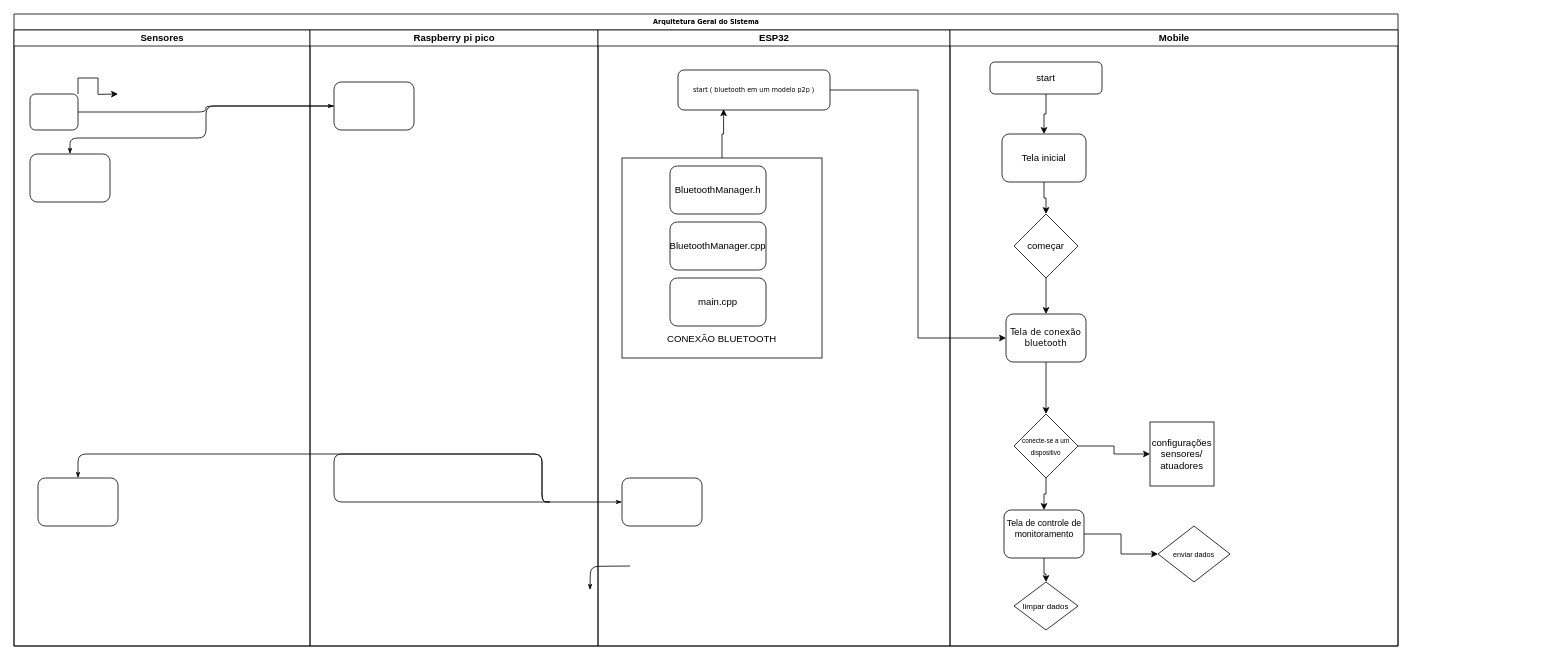
The draw.io diagram Documentation/swimlane.drawio in felipeft/BragasJr, before the edit. Source tidied: cells renumbered, new cells numbered last; positions are measured from the earlier drawing's top-left corner, leaving out a move shared by most shapes. Both pictures are drawn from the tidied source at 80%, with x=0, y=0 at pixel (14, 14).
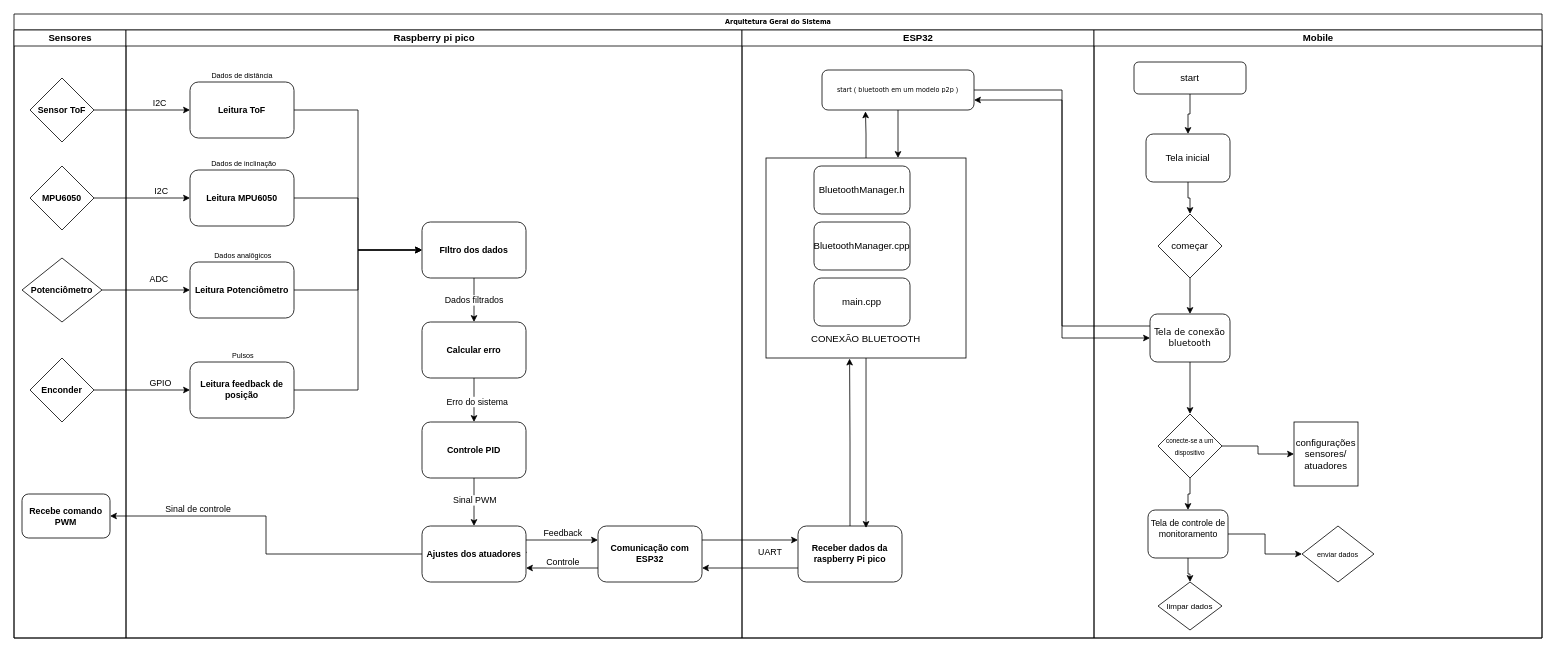
The same diagram, later.

The change refers to these unchanged cells:
```xml
<mxCell id="16" value="start ( bluetooth em um modelo p2p )" style="rounded=1;whiteSpace=wrap;html=1;shadow=0;labelBackgroundColor=none;strokeWidth=1;fontFamily=Verdana;fontSize=8;align=center;" parent="15" vertex="1">
  <mxGeometry x="100" y="50" width="190" height="50" as="geometry" />
</mxCell>
<mxCell id="18" value="&lt;div&gt;&lt;br&gt;&lt;/div&gt;&lt;div&gt;&lt;br&gt;&lt;/div&gt;&lt;div&gt;&lt;br&gt;&lt;/div&gt;&lt;div&gt;&lt;br&gt;&lt;/div&gt;&lt;div&gt;&lt;br&gt;&lt;/div&gt;&lt;div&gt;&lt;br&gt;&lt;/div&gt;&lt;div&gt;&lt;br&gt;&lt;/div&gt;&lt;div&gt;&lt;br&gt;&lt;/div&gt;&lt;div&gt;&lt;br&gt;&lt;/div&gt;&lt;div&gt;&lt;br&gt;&lt;/div&gt;&lt;div&gt;&lt;br&gt;&lt;/div&gt;&lt;div&gt;&lt;br&gt;&lt;/div&gt;&lt;div&gt;&lt;br&gt;&lt;/div&gt;&lt;div&gt;&lt;br&gt;&lt;/div&gt;&lt;div&gt;CONEXÃO BLUETOOTH&lt;/div&gt;" style="whiteSpace=wrap;html=1;" parent="15" vertex="1">
  <mxGeometry x="30" y="160" width="250" height="250" as="geometry" />
</mxCell>
<mxCell id="25" value="Tela de conexão bluetooth" style="rounded=1;whiteSpace=wrap;html=1;shadow=0;labelBackgroundColor=none;strokeWidth=1;fontFamily=Verdana;fontSize=11;align=center;" parent="23" vertex="1">
  <mxGeometry x="70" y="355" width="100" height="60" as="geometry" />
</mxCell>
```

Change to the diagram source:
```diff
@@
     <mxCell id="2" value="Arquitetura Geral do Sistema" style="swimlane;html=1;startSize=20;rounded=0;shadow=0;labelBackgroundColor=none;strokeWidth=1;fontFamily=Verdana;fontSize=8;align=center;" parent="1" vertex="1">
-      <mxGeometry width="1730" height="790" as="geometry" />
+      <mxGeometry width="1910" height="780" as="geometry" />
     </mxCell>
     <mxCell id="3" value="Sensores" style="swimlane;html=1;startSize=20;" parent="2" vertex="1">
-      <mxGeometry y="20" width="370" height="770" as="geometry" />
+      <mxGeometry y="20" width="140" height="760" as="geometry" />
     </mxCell>
-    <mxCell id="4" style="edgeStyle=orthogonalEdgeStyle;rounded=0;jettySize=auto;html=1;exitX=1;exitY=0;exitDx=0;exitDy=0;" parent="3" edge="1" source="5">
-      <mxGeometry relative="1" as="geometry">
-        <mxPoint x="130" y="80" as="targetPoint" />
-      </mxGeometry>
-    </mxCell>
-    <mxCell id="5" style="rounded=1;whiteSpace=wrap;html=1;shadow=0;labelBackgroundColor=none;strokeWidth=1;fontFamily=Verdana;fontSize=8;align=center;" parent="3" vertex="1">
-      <mxGeometry x="20" y="80" width="60" height="45" as="geometry" />
-    </mxCell>
-    <mxCell id="6" style="rounded=1;whiteSpace=wrap;html=1;shadow=0;labelBackgroundColor=none;strokeWidth=1;fontFamily=Verdana;fontSize=8;align=center;" parent="3" vertex="1">
-      <mxGeometry x="20" y="155" width="100" height="60" as="geometry" />
-    </mxCell>
-    <mxCell id="7" style="rounded=1;whiteSpace=wrap;html=1;shadow=0;labelBackgroundColor=none;strokeWidth=1;fontFamily=Verdana;fontSize=8;align=center;" parent="3" vertex="1">
-      <mxGeometry x="30" y="560" width="100" height="60" as="geometry" />
-    </mxCell>
-    <mxCell id="8" style="edgeStyle=orthogonalEdgeStyle;rounded=1;html=1;labelBackgroundColor=none;startArrow=none;startFill=0;startSize=5;endArrow=classicThin;endFill=1;endSize=5;jettySize=auto;strokeWidth=1;fontFamily=Verdana;fontSize=8;" parent="2" edge="1" source="5" target="14">
-      <mxGeometry relative="1" as="geometry" />
-    </mxCell>
-    <mxCell id="9" style="edgeStyle=orthogonalEdgeStyle;rounded=1;html=1;labelBackgroundColor=none;startArrow=none;startFill=0;startSize=5;endArrow=classicThin;endFill=1;endSize=5;jettySize=auto;strokeWidth=1;fontFamily=Verdana;fontSize=8;" parent="2" edge="1" source="14" target="6">
-      <mxGeometry relative="1" as="geometry">
-        <Array as="points">
-          <mxPoint x="240" y="155" />
-          <mxPoint x="70" y="155" />
-        </Array>
-      </mxGeometry>
-    </mxCell>
-    <mxCell id="10" style="edgeStyle=orthogonalEdgeStyle;rounded=1;html=1;labelBackgroundColor=none;startArrow=none;startFill=0;startSize=5;endArrow=classicThin;endFill=1;endSize=5;jettySize=auto;orthogonalLoop=1;strokeWidth=1;fontFamily=Verdana;fontSize=8;" parent="2" edge="1">
-      <mxGeometry relative="1" as="geometry">
-        <mxPoint x="770" y="690" as="sourcePoint" />
-        <mxPoint x="720" y="720" as="targetPoint" />
-      </mxGeometry>
-    </mxCell>
-    <mxCell id="11" style="edgeStyle=orthogonalEdgeStyle;rounded=1;html=1;labelBackgroundColor=none;startArrow=none;startFill=0;startSize=5;endArrow=classicThin;endFill=1;endSize=5;jettySize=auto;strokeWidth=1;fontFamily=Verdana;fontSize=8;" parent="2" edge="1" target="17">
-      <mxGeometry relative="1" as="geometry">
-        <mxPoint x="670" y="610" as="sourcePoint" />
-        <Array as="points">
-          <mxPoint x="660" y="610" />
-          <mxPoint x="660" y="550" />
-          <mxPoint x="400" y="550" />
-        </Array>
-      </mxGeometry>
-    </mxCell>
-    <mxCell id="12" style="edgeStyle=orthogonalEdgeStyle;rounded=1;html=1;labelBackgroundColor=none;startArrow=none;startFill=0;startSize=5;endArrow=classicThin;endFill=1;endSize=5;jettySize=auto;strokeWidth=1;fontFamily=Verdana;fontSize=8;" parent="2" edge="1" target="7">
-      <mxGeometry relative="1" as="geometry">
-        <mxPoint x="670" y="610" as="sourcePoint" />
-        <Array as="points">
-          <mxPoint x="660" y="610" />
-          <mxPoint x="660" y="550" />
-          <mxPoint x="80" y="550" />
-        </Array>
-      </mxGeometry>
-    </mxCell>
+    <mxCell id="42" style="edgeStyle=orthogonalEdgeStyle;rounded=0;jettySize=auto;html=1;entryX=0.5;entryY=0;entryDx=0;entryDy=0;" parent="3" edge="1" source="44" target="47">
+      <mxGeometry relative="1" as="geometry" />
+    </mxCell>
+    <mxCell id="43" value="Dados filtrados" style="edgeLabel;html=1;align=center;verticalAlign=middle;" parent="42" vertex="1">
+      <mxGeometry x="-0.02" y="-1" relative="1" as="geometry" />
+    </mxCell>
+    <mxCell id="44" value="&lt;b&gt;&lt;font face=&quot;Helvetica&quot; style=&quot;font-size: 11px;&quot;&gt;FIltro dos dados&lt;/font&gt;&lt;/b&gt;" style="rounded=1;whiteSpace=wrap;html=1;shadow=0;labelBackgroundColor=none;strokeWidth=1;fontFamily=Verdana;fontSize=8;align=center;" parent="3" vertex="1">
+      <mxGeometry x="510" y="240" width="130" height="70" as="geometry" />
+    </mxCell>
+    <mxCell id="45" style="edgeStyle=orthogonalEdgeStyle;rounded=0;jettySize=auto;html=1;entryX=0.5;entryY=0;entryDx=0;entryDy=0;" parent="3" edge="1" source="47" target="50">
+      <mxGeometry relative="1" as="geometry" />
+    </mxCell>
+    <mxCell id="46" value="Erro do sistema" style="edgeLabel;html=1;align=center;verticalAlign=middle;" parent="45" vertex="1">
+      <mxGeometry x="0.04" y="3" relative="1" as="geometry" />
+    </mxCell>
+    <mxCell id="47" value="&lt;b&gt;&lt;font face=&quot;Helvetica&quot; style=&quot;font-size: 11px;&quot;&gt;Calcular erro&lt;/font&gt;&lt;/b&gt;" style="rounded=1;whiteSpace=wrap;html=1;shadow=0;labelBackgroundColor=none;strokeWidth=1;fontFamily=Verdana;fontSize=8;align=center;" parent="3" vertex="1">
+      <mxGeometry x="510" y="365" width="130" height="70" as="geometry" />
+    </mxCell>
+    <mxCell id="48" style="edgeStyle=orthogonalEdgeStyle;rounded=0;jettySize=auto;html=1;" parent="3" edge="1" source="50" target="54">
+      <mxGeometry relative="1" as="geometry" />
+    </mxCell>
+    <mxCell id="49" value="Sinal PWM" style="edgeLabel;html=1;align=center;verticalAlign=middle;" parent="48" vertex="1">
+      <mxGeometry x="-0.09" relative="1" as="geometry" />
+    </mxCell>
+    <mxCell id="50" value="&lt;b&gt;&lt;font face=&quot;Helvetica&quot; style=&quot;font-size: 11px;&quot;&gt;Controle PID&lt;/font&gt;&lt;/b&gt;" style="rounded=1;whiteSpace=wrap;html=1;shadow=0;labelBackgroundColor=none;strokeWidth=1;fontFamily=Verdana;fontSize=8;align=center;" parent="3" vertex="1">
+      <mxGeometry x="510" y="490" width="130" height="70" as="geometry" />
+    </mxCell>
+    <mxCell id="51" style="edgeStyle=orthogonalEdgeStyle;rounded=0;orthogonalLoop=1;jettySize=auto;html=1;exitX=1;exitY=0.5;exitDx=0;exitDy=0;entryX=0.975;entryY=0.581;entryDx=0;entryDy=0;entryPerimeter=0;" parent="3" edge="1" source="54" target="54">
+      <mxGeometry relative="1" as="geometry" />
+    </mxCell>
+    <mxCell id="52" style="edgeStyle=orthogonalEdgeStyle;rounded=0;jettySize=auto;html=1;exitX=1;exitY=0.25;exitDx=0;exitDy=0;entryX=0;entryY=0.25;entryDx=0;entryDy=0;" parent="3" edge="1" source="54" target="57">
+      <mxGeometry relative="1" as="geometry" />
+    </mxCell>
+    <mxCell id="53" value="Feedback" style="edgeLabel;html=1;align=center;verticalAlign=middle;" parent="52" vertex="1">
+      <mxGeometry x="0.06" y="2" relative="1" as="geometry">
+        <mxPoint x="-3" y="-7" as="offset" />
+      </mxGeometry>
+    </mxCell>
+    <mxCell id="54" value="&lt;b&gt;&lt;font face=&quot;Helvetica&quot; style=&quot;font-size: 11px;&quot;&gt;Ajustes dos atuadores&lt;/font&gt;&lt;/b&gt;" style="rounded=1;whiteSpace=wrap;html=1;shadow=0;labelBackgroundColor=none;strokeWidth=1;fontFamily=Verdana;fontSize=8;align=center;" parent="3" vertex="1">
+      <mxGeometry x="510" y="620" width="130" height="70" as="geometry" />
+    </mxCell>
+    <mxCell id="55" style="edgeStyle=orthogonalEdgeStyle;rounded=0;jettySize=auto;html=1;exitX=0;exitY=0.75;exitDx=0;exitDy=0;entryX=1;entryY=0.75;entryDx=0;entryDy=0;" parent="3" edge="1" source="57" target="54">
+      <mxGeometry relative="1" as="geometry" />
+    </mxCell>
+    <mxCell id="56" value="Controle" style="edgeLabel;html=1;align=center;verticalAlign=middle;" parent="55" vertex="1">
+      <mxGeometry x="0.04" y="3" relative="1" as="geometry">
+        <mxPoint x="2" y="-11" as="offset" />
+      </mxGeometry>
+    </mxCell>
+    <mxCell id="57" value="&lt;b&gt;&lt;font face=&quot;Helvetica&quot; style=&quot;font-size: 11px;&quot;&gt;Comunicação com ESP32&lt;/font&gt;&lt;/b&gt;" style="rounded=1;whiteSpace=wrap;html=1;shadow=0;labelBackgroundColor=none;strokeWidth=1;fontFamily=Verdana;fontSize=8;align=center;" parent="3" vertex="1">
+      <mxGeometry x="730" y="620" width="130" height="70" as="geometry" />
+    </mxCell>
+    <mxCell id="58" value="&lt;b style=&quot;font-family: Verdana; font-size: 8px;&quot;&gt;&lt;font style=&quot;font-size: 11px;&quot; face=&quot;Helvetica&quot;&gt;Sensor ToF&lt;/font&gt;&lt;/b&gt;" style="rhombus;whiteSpace=wrap;html=1;" parent="3" vertex="1">
+      <mxGeometry x="20" y="60" width="80" height="80" as="geometry" />
+    </mxCell>
+    <mxCell id="59" value="&lt;b style=&quot;font-family: Verdana; font-size: 8px;&quot;&gt;&lt;font style=&quot;font-size: 11px;&quot; face=&quot;Helvetica&quot;&gt;MPU6050&lt;/font&gt;&lt;/b&gt;" style="rhombus;whiteSpace=wrap;html=1;" parent="3" vertex="1">
+      <mxGeometry x="20" y="170" width="80" height="80" as="geometry" />
+    </mxCell>
+    <mxCell id="60" value="&lt;b style=&quot;font-family: Verdana; font-size: 8px;&quot;&gt;&lt;font style=&quot;font-size: 11px;&quot; face=&quot;Helvetica&quot;&gt;Potenciômetro&lt;/font&gt;&lt;/b&gt;" style="rhombus;whiteSpace=wrap;html=1;" parent="3" vertex="1">
+      <mxGeometry x="10" y="285" width="100" height="80" as="geometry" />
+    </mxCell>
+    <mxCell id="61" value="&lt;span style=&quot;font-size: 11px;&quot;&gt;&lt;b&gt;Enconder&lt;/b&gt;&lt;/span&gt;" style="rhombus;whiteSpace=wrap;html=1;" parent="3" vertex="1">
+      <mxGeometry x="20" y="410" width="80" height="80" as="geometry" />
+    </mxCell>
+    <mxCell id="62" style="edgeStyle=orthogonalEdgeStyle;rounded=0;jettySize=auto;html=1;entryX=0;entryY=0.5;entryDx=0;entryDy=0;" parent="3" edge="1" source="64" target="44">
+      <mxGeometry relative="1" as="geometry" />
+    </mxCell>
+    <mxCell id="63" value="&lt;font style=&quot;font-size: 9px;&quot;&gt;Dados de distância&lt;/font&gt;" style="edgeLabel;html=1;align=center;verticalAlign=middle;" parent="62" vertex="1">
+      <mxGeometry x="-0.65" y="-1" relative="1" as="geometry">
+        <mxPoint x="-125" y="-46" as="offset" />
+      </mxGeometry>
+    </mxCell>
+    <mxCell id="64" value="&lt;b&gt;&lt;font face=&quot;Helvetica&quot; style=&quot;font-size: 11px;&quot;&gt;Leitura ToF&lt;/font&gt;&lt;/b&gt;" style="rounded=1;whiteSpace=wrap;html=1;shadow=0;labelBackgroundColor=none;strokeWidth=1;fontFamily=Verdana;fontSize=8;align=center;" parent="3" vertex="1">
+      <mxGeometry x="220" y="65" width="130" height="70" as="geometry" />
+    </mxCell>
+    <mxCell id="65" style="edgeStyle=orthogonalEdgeStyle;rounded=0;jettySize=auto;html=1;exitX=1;exitY=0.5;exitDx=0;exitDy=0;entryX=0;entryY=0.5;entryDx=0;entryDy=0;" parent="3" edge="1" source="66" target="44">
+      <mxGeometry relative="1" as="geometry" />
+    </mxCell>
+    <mxCell id="66" value="&lt;b&gt;&lt;font face=&quot;Helvetica&quot; style=&quot;font-size: 11px;&quot;&gt;Leitura MPU6050&lt;/font&gt;&lt;/b&gt;" style="rounded=1;whiteSpace=wrap;html=1;shadow=0;labelBackgroundColor=none;strokeWidth=1;fontFamily=Verdana;fontSize=8;align=center;" parent="3" vertex="1">
+      <mxGeometry x="220" y="175" width="130" height="70" as="geometry" />
+    </mxCell>
+    <mxCell id="67" style="edgeStyle=orthogonalEdgeStyle;rounded=0;jettySize=auto;html=1;entryX=0;entryY=0.5;entryDx=0;entryDy=0;" parent="3" edge="1" source="68" target="44">
+      <mxGeometry relative="1" as="geometry" />
+    </mxCell>
+    <mxCell id="68" value="&lt;b&gt;&lt;font face=&quot;Helvetica&quot; style=&quot;font-size: 11px;&quot;&gt;Leitura Potenciômetro&lt;/font&gt;&lt;/b&gt;" style="rounded=1;whiteSpace=wrap;html=1;shadow=0;labelBackgroundColor=none;strokeWidth=1;fontFamily=Verdana;fontSize=8;align=center;" parent="3" vertex="1">
+      <mxGeometry x="220" y="290" width="130" height="70" as="geometry" />
+    </mxCell>
+    <mxCell id="69" style="edgeStyle=orthogonalEdgeStyle;rounded=0;jettySize=auto;html=1;entryX=0;entryY=0.5;entryDx=0;entryDy=0;" parent="3" edge="1" source="70" target="44">
+      <mxGeometry relative="1" as="geometry" />
+    </mxCell>
+    <mxCell id="70" value="&lt;font face=&quot;Helvetica&quot;&gt;&lt;span style=&quot;font-size: 11px;&quot;&gt;&lt;b&gt;Leitura feedback de posição&lt;/b&gt;&lt;/span&gt;&lt;/font&gt;" style="rounded=1;whiteSpace=wrap;html=1;shadow=0;labelBackgroundColor=none;strokeWidth=1;fontFamily=Verdana;fontSize=8;align=center;" parent="3" vertex="1">
+      <mxGeometry x="220" y="415" width="130" height="70" as="geometry" />
+    </mxCell>
+    <mxCell id="71" style="edgeStyle=orthogonalEdgeStyle;rounded=0;jettySize=auto;html=1;" parent="3" edge="1" source="58" target="64">
+      <mxGeometry relative="1" as="geometry" />
+    </mxCell>
+    <mxCell id="72" value="I2C" style="edgeLabel;html=1;align=center;verticalAlign=middle;" parent="71" vertex="1">
+      <mxGeometry x="0.35" y="3" relative="1" as="geometry">
+        <mxPoint y="-7" as="offset" />
+      </mxGeometry>
+    </mxCell>
+    <mxCell id="73" style="edgeStyle=orthogonalEdgeStyle;rounded=0;jettySize=auto;html=1;entryX=0;entryY=0.5;entryDx=0;entryDy=0;" parent="3" edge="1" source="59" target="66">
+      <mxGeometry relative="1" as="geometry" />
+    </mxCell>
+    <mxCell id="74" value="I2C" style="edgeLabel;html=1;align=center;verticalAlign=middle;" parent="73" vertex="1">
+      <mxGeometry x="0.38" y="-1" relative="1" as="geometry">
+        <mxPoint y="-11" as="offset" />
+      </mxGeometry>
+    </mxCell>
+    <mxCell id="75" style="edgeStyle=orthogonalEdgeStyle;rounded=0;jettySize=auto;html=1;entryX=0;entryY=0.5;entryDx=0;entryDy=0;" parent="3" edge="1" source="60" target="68">
+      <mxGeometry relative="1" as="geometry" />
+    </mxCell>
+    <mxCell id="76" value="ADC" style="edgeLabel;html=1;align=center;verticalAlign=middle;" parent="75" vertex="1">
+      <mxGeometry x="0.27" y="4" relative="1" as="geometry">
+        <mxPoint y="-11" as="offset" />
+      </mxGeometry>
+    </mxCell>
+    <mxCell id="77" style="edgeStyle=orthogonalEdgeStyle;rounded=0;jettySize=auto;html=1;" parent="3" edge="1" source="61" target="70">
+      <mxGeometry relative="1" as="geometry" />
+    </mxCell>
+    <mxCell id="78" value="GPIO" style="edgeLabel;html=1;align=center;verticalAlign=middle;" parent="77" vertex="1">
+      <mxGeometry x="0.37" y="-2" relative="1" as="geometry">
+        <mxPoint y="-12" as="offset" />
+      </mxGeometry>
+    </mxCell>
+    <mxCell id="79" value="&lt;font style=&quot;font-size: 9px;&quot;&gt;Dados de inclinação&lt;/font&gt;" style="edgeLabel;html=1;align=center;verticalAlign=middle;" parent="3" vertex="1">
+      <mxGeometry x="300" y="67" as="geometry">
+        <mxPoint x="-14" y="98" as="offset" />
+      </mxGeometry>
+    </mxCell>
+    <mxCell id="80" value="&lt;font style=&quot;font-size: 9px;&quot;&gt;Pulsos&lt;/font&gt;" style="edgeLabel;html=1;align=center;verticalAlign=middle;" parent="3" vertex="1">
+      <mxGeometry x="267" y="173" as="geometry">
+        <mxPoint x="18" y="232" as="offset" />
+      </mxGeometry>
+    </mxCell>
+    <mxCell id="81" value="&lt;font face=&quot;Helvetica&quot;&gt;&lt;span style=&quot;font-size: 11px;&quot;&gt;&lt;b&gt;Recebe comando PWM&lt;/b&gt;&lt;/span&gt;&lt;/font&gt;" style="rounded=1;whiteSpace=wrap;html=1;shadow=0;labelBackgroundColor=none;strokeWidth=1;fontFamily=Verdana;fontSize=8;align=center;" parent="3" vertex="1">
+      <mxGeometry x="10" y="580" width="110" height="55" as="geometry" />
+    </mxCell>
+    <mxCell id="82" style="edgeStyle=orthogonalEdgeStyle;rounded=0;jettySize=auto;html=1;entryX=1;entryY=0.5;entryDx=0;entryDy=0;exitX=0;exitY=0.5;exitDx=0;exitDy=0;" parent="3" edge="1" source="54" target="81">
+      <mxGeometry relative="1" as="geometry" />
+    </mxCell>
+    <mxCell id="83" value="Sinal de controle" style="edgeLabel;html=1;align=center;verticalAlign=middle;" parent="82" vertex="1">
+      <mxGeometry x="0.68" relative="1" as="geometry">
+        <mxPoint x="40" y="-9" as="offset" />
+      </mxGeometry>
+    </mxCell>
     <mxCell id="13" value="Raspberry pi pico" style="swimlane;html=1;startSize=20;" parent="2" vertex="1">
-      <mxGeometry x="370" y="20" width="360" height="770" as="geometry" />
+      <mxGeometry x="140" y="20" width="770" height="760" as="geometry" />
     </mxCell>
-    <mxCell id="14" style="rounded=1;whiteSpace=wrap;html=1;shadow=0;labelBackgroundColor=none;strokeWidth=1;fontFamily=Verdana;fontSize=8;align=center;" parent="13" vertex="1">
-      <mxGeometry x="30" y="65" width="100" height="60" as="geometry" />
-    </mxCell>
+    <mxCell id="84" value="&lt;font style=&quot;font-size: 9px;&quot;&gt;Dados analôgicos&lt;/font&gt;" style="edgeLabel;html=1;align=center;verticalAlign=middle;" parent="13" vertex="1">
+      <mxGeometry x="159" y="183" as="geometry">
+        <mxPoint x="-14" y="98" as="offset" />
+      </mxGeometry>
+    </mxCell>
     <mxCell id="15" value="ESP32" style="swimlane;html=1;startSize=20;" parent="2" vertex="1">
-      <mxGeometry x="730" y="20" width="440" height="770" as="geometry" />
+      <mxGeometry x="910" y="20" width="440" height="760" as="geometry" />
     </mxCell>
@@
-    <mxCell id="17" style="rounded=1;whiteSpace=wrap;html=1;shadow=0;labelBackgroundColor=none;strokeWidth=1;fontFamily=Verdana;fontSize=8;align=center;" parent="15" vertex="1">
-      <mxGeometry x="30" y="560" width="100" height="60" as="geometry" />
-    </mxCell>
@@
+    <mxCell id="85" value="&lt;b&gt;&lt;font face=&quot;Helvetica&quot; style=&quot;font-size: 11px;&quot;&gt;Receber dados da raspberry Pi pico&lt;/font&gt;&lt;/b&gt;" style="rounded=1;whiteSpace=wrap;html=1;shadow=0;labelBackgroundColor=none;strokeWidth=1;fontFamily=Verdana;fontSize=8;align=center;" parent="15" vertex="1">
+      <mxGeometry x="70" y="620" width="130" height="70" as="geometry" />
+    </mxCell>
+    <mxCell id="86" style="edgeStyle=orthogonalEdgeStyle;rounded=0;jettySize=auto;html=1;entryX=0.418;entryY=1.003;entryDx=0;entryDy=0;entryPerimeter=0;" parent="15" edge="1" source="85" target="18">
+      <mxGeometry relative="1" as="geometry" />
+    </mxCell>
+    <mxCell id="87" style="edgeStyle=orthogonalEdgeStyle;rounded=0;jettySize=auto;html=1;entryX=0.654;entryY=0.035;entryDx=0;entryDy=0;entryPerimeter=0;" parent="15" edge="1" source="18" target="85">
+      <mxGeometry relative="1" as="geometry" />
+    </mxCell>
+    <mxCell id="88" style="edgeStyle=orthogonalEdgeStyle;rounded=0;jettySize=auto;html=1;entryX=0.66;entryY=0;entryDx=0;entryDy=0;entryPerimeter=0;" parent="15" edge="1" source="16" target="18">
+      <mxGeometry relative="1" as="geometry" />
+    </mxCell>
-    <mxCell id="22" style="edgeStyle=orthogonalEdgeStyle;rounded=0;jettySize=auto;html=1;entryX=0.3;entryY=0.98;entryDx=0;entryDy=0;entryPerimeter=0;" parent="15" edge="1" source="18" target="16">
+    <mxCell id="22" style="edgeStyle=orthogonalEdgeStyle;rounded=0;jettySize=auto;html=1;entryX=0.286;entryY=1.035;entryDx=0;entryDy=0;entryPerimeter=0;" parent="15" edge="1" source="18" target="16">
       <mxGeometry relative="1" as="geometry" />
     </mxCell>
     <mxCell id="23" value="Mobile" style="swimlane;html=1;startSize=20;" parent="2" vertex="1">
-      <mxGeometry x="1170" y="20" width="560" height="770" as="geometry" />
+      <mxGeometry x="1350" y="20" width="560" height="760" as="geometry" />
     </mxCell>
@@
+    <mxCell id="89" style="edgeStyle=orthogonalEdgeStyle;rounded=0;jettySize=auto;html=1;exitX=1;exitY=0.25;exitDx=0;exitDy=0;entryX=0;entryY=0.25;entryDx=0;entryDy=0;" parent="2" edge="1" source="57" target="85">
+      <mxGeometry relative="1" as="geometry" />
+    </mxCell>
+    <mxCell id="90" value="UART" style="edgeLabel;html=1;align=center;verticalAlign=middle;" parent="89" vertex="1">
+      <mxGeometry x="0.38" y="-4" relative="1" as="geometry">
+        <mxPoint x="1" y="11" as="offset" />
+      </mxGeometry>
+    </mxCell>
+    <mxCell id="91" style="edgeStyle=orthogonalEdgeStyle;rounded=0;jettySize=auto;html=1;exitX=0;exitY=0.75;exitDx=0;exitDy=0;entryX=1;entryY=0.75;entryDx=0;entryDy=0;" parent="2" edge="1" source="85" target="57">
+      <mxGeometry relative="1" as="geometry" />
+    </mxCell>
+    <mxCell id="92" style="edgeStyle=orthogonalEdgeStyle;rounded=0;jettySize=auto;html=1;exitX=0;exitY=0.25;exitDx=0;exitDy=0;entryX=1;entryY=0.75;entryDx=0;entryDy=0;" parent="2" edge="1" source="25" target="16">
+      <mxGeometry relative="1" as="geometry" />
+    </mxCell>
```
